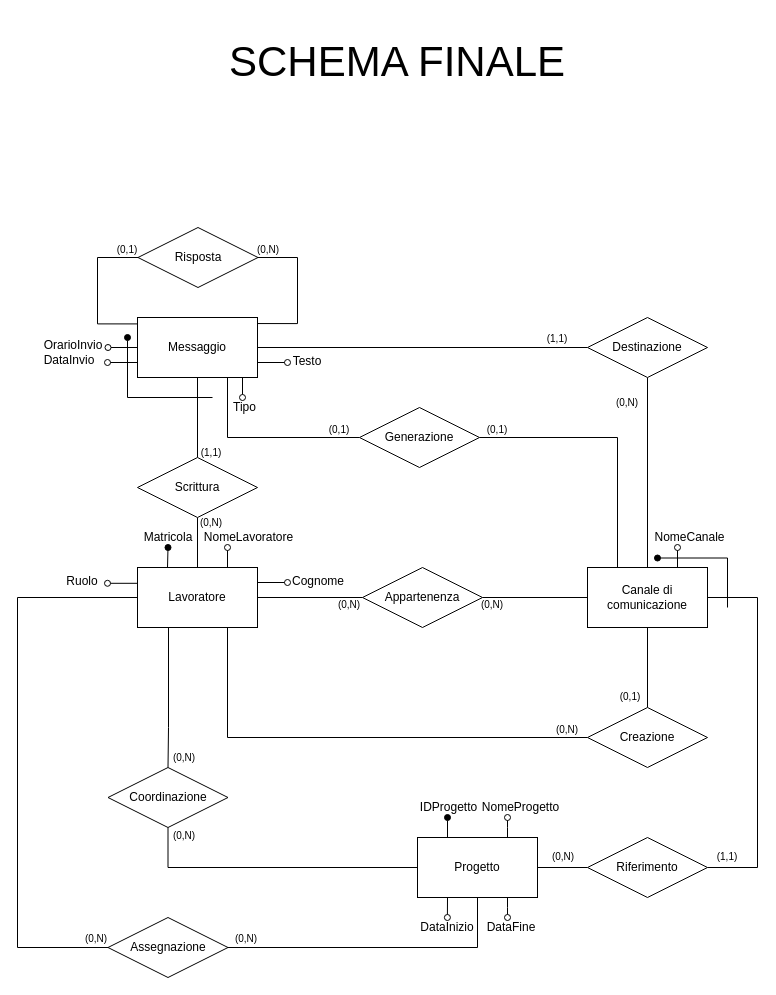
This is page "Schema Ristrutturato" (5 of 7) of Relazione/Schema ER/scheletro.drawio from martafra/BD-Chat-Multicanale, a draw.io file, before an edit. Source tidied: cells renumbered, new cells numbered last; positions are measured from the earlier drawing's top-left corner, leaving out a move shared by most shapes. Both pictures are drawn from the tidied source at 100%, with x=0, y=0 at pixel (17, 17).
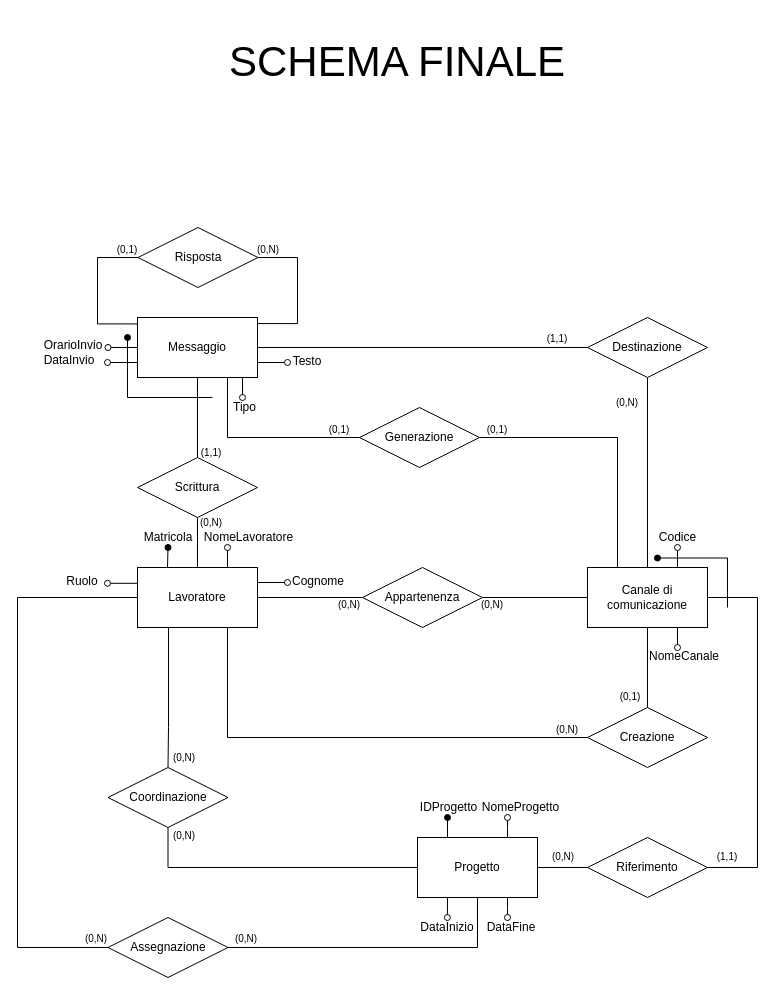
Above is the later version.

The change refers to these unchanged cells:
```xml
<mxCell id="7" value="Canale di comunicazione" style="rounded=0;whiteSpace=wrap;html=1;" parent="1" vertex="1">
  <mxGeometry x="570" y="550" width="120" height="60" as="geometry" />
</mxCell>
```

The edit, as a diff of the source:
```diff
@@
+    <mxCell id="80" style="edgeStyle=orthogonalEdgeStyle;rounded=0;jettySize=auto;html=1;exitX=0.75;exitY=1;exitDx=0;exitDy=0;endArrow=oval;endFill=0;" parent="1" edge="1" source="7">
+      <mxGeometry relative="1" as="geometry">
+        <mxPoint x="660" y="630" as="targetPoint" />
+      </mxGeometry>
+    </mxCell>
@@
-    <mxCell id="52" value="NomeCanale" style="text;html=1;strokeColor=none;fillColor=none;align=center;verticalAlign=middle;whiteSpace=wrap;rounded=0;" parent="1" vertex="1">
-      <mxGeometry x="640" y="510" width="65" height="20" as="geometry" />
+    <mxCell id="52" value="Codice" style="text;html=1;strokeColor=none;fillColor=none;align=center;verticalAlign=middle;whiteSpace=wrap;rounded=0;" parent="1" vertex="1">
+      <mxGeometry x="643" y="510" width="35" height="20" as="geometry" />
     </mxCell>
@@
+    <mxCell id="81" value="NomeCanale" style="text;html=1;strokeColor=none;fillColor=none;align=center;verticalAlign=middle;whiteSpace=wrap;rounded=0;" parent="1" vertex="1">
+      <mxGeometry x="632" y="629" width="70" height="20" as="geometry" />
+    </mxCell>
```
